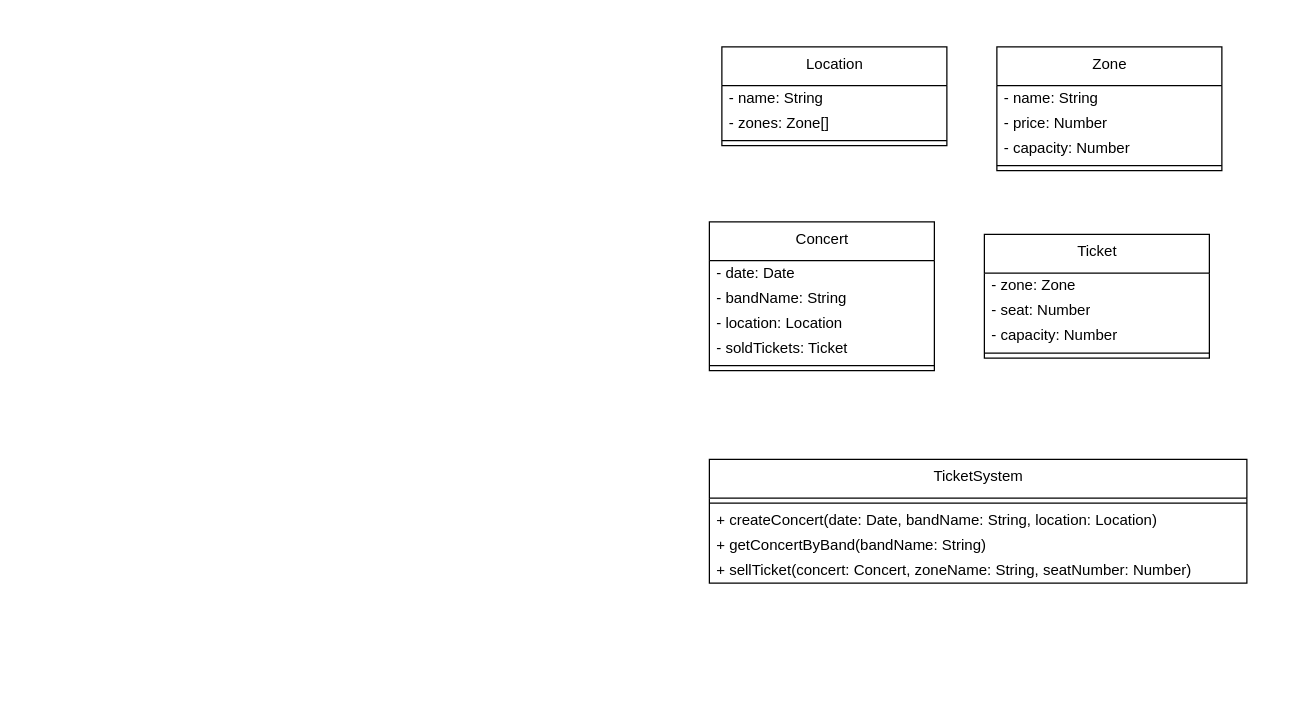
brscherer/poc-ticket-system-oop keeps this draw.io diagram as model.drawio. Above is the earlier version. Source tidied: cells renumbered, new cells numbered last; positions are measured from the earlier drawing's top-left corner, leaving out a move shared by most shapes. Both pictures are drawn from the tidied source at 125%, with x=0, y=0 at pixel (709, 46).
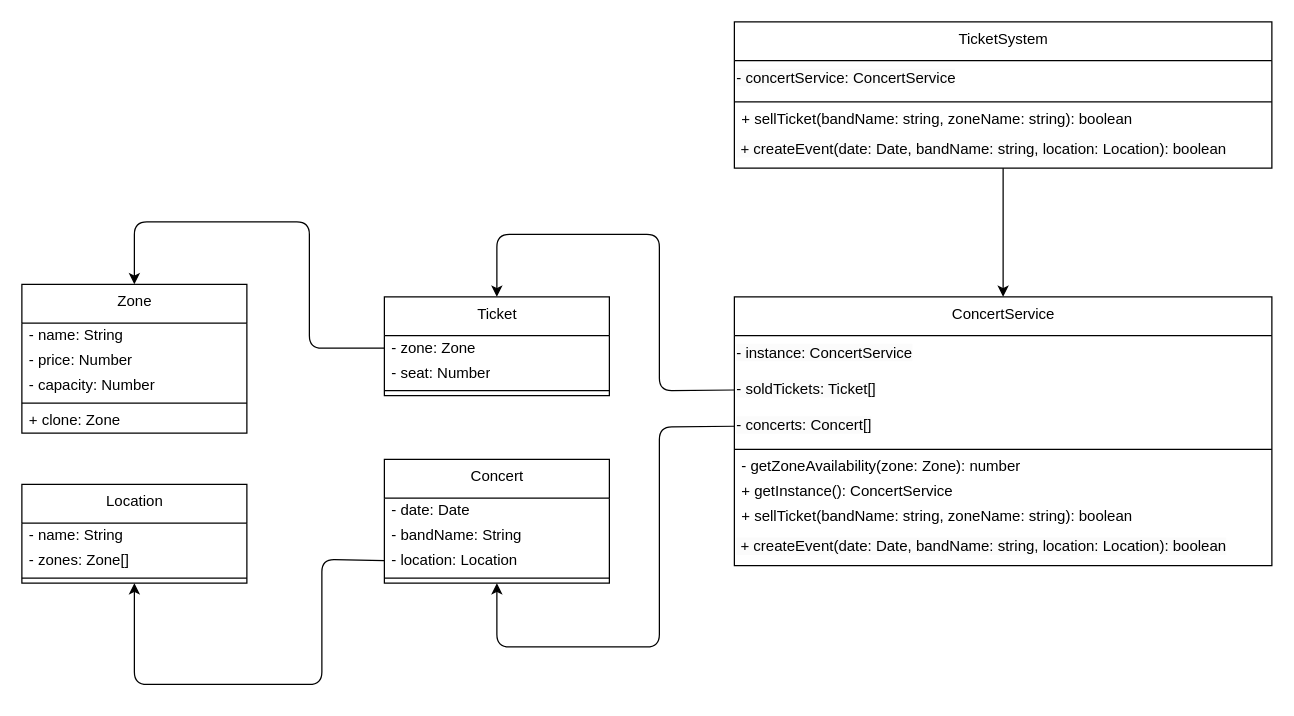
The same diagram, later.

Unchanged cells that the change refers to:
```xml
<mxCell id="9" value="- location: Location" style="text;html=1;strokeColor=none;fillColor=none;align=left;verticalAlign=middle;spacingLeft=4;spacingRight=4;overflow=hidden;points=[[0,0.5],[1,0.5]];portConstraint=eastwest;" parent="6" vertex="1">
  <mxGeometry y="71" width="180" height="20" as="geometry" />
</mxCell>
<mxCell id="23" value="- zone: Zone" style="text;html=1;strokeColor=none;fillColor=none;align=left;verticalAlign=middle;spacingLeft=4;spacingRight=4;overflow=hidden;points=[[0,0.5],[1,0.5]];portConstraint=eastwest;" parent="22" vertex="1">
  <mxGeometry y="31" width="180" height="20" as="geometry" />
</mxCell>
```

Change to the diagram source:
```diff
@@
     <mxCell id="2" value="Location" style="swimlane;fontStyle=0;align=center;verticalAlign=top;horizontal=1;startSize=31;html=1;" parent="1" vertex="1">
-      <mxGeometry x="10" width="180" height="79" as="geometry" />
+      <mxGeometry x="-550" y="350" width="180" height="79" as="geometry" />
     </mxCell>
@@
     <mxCell id="6" value="Concert" style="swimlane;fontStyle=0;align=center;verticalAlign=top;horizontal=1;startSize=31;html=1;" parent="1" vertex="1">
-      <mxGeometry y="140" width="180" height="119" as="geometry" />
+      <mxGeometry x="-260" y="330" width="180" height="99" as="geometry" />
     </mxCell>
@@
-    <mxCell id="10" value="- soldTickets: Ticket" style="text;html=1;strokeColor=none;fillColor=none;align=left;verticalAlign=middle;spacingLeft=4;spacingRight=4;overflow=hidden;" parent="6" vertex="1">
-      <mxGeometry y="91" width="180" height="20" as="geometry" />
-    </mxCell>
     <mxCell id="11" style="line;strokeWidth=1;fillColor=none;align=left;verticalAlign=middle;spacingTop=-1;spacingLeft=3;spacingRight=3;labelPosition=right;" parent="6" vertex="1">
-      <mxGeometry y="111" width="180" height="8" as="geometry" />
+      <mxGeometry y="91" width="180" height="8" as="geometry" />
     </mxCell>
     <mxCell id="12" value="Zone" style="swimlane;fontStyle=0;align=center;verticalAlign=top;horizontal=1;startSize=31;html=1;" parent="1" vertex="1">
-      <mxGeometry x="230" width="180" height="99" as="geometry" />
+      <mxGeometry x="-550" y="190" width="180" height="119" as="geometry" />
     </mxCell>
@@
+    <mxCell id="27" value="+ clone: Zone" style="text;html=1;strokeColor=none;fillColor=none;align=left;verticalAlign=middle;spacingLeft=4;spacingRight=4;overflow=hidden;" parent="12" vertex="1">
+      <mxGeometry y="99" width="180" height="20" as="geometry" />
+    </mxCell>
     <mxCell id="17" value="TicketSystem" style="swimlane;fontStyle=0;align=center;verticalAlign=top;horizontal=1;startSize=31;html=1;" parent="1" vertex="1">
-      <mxGeometry y="330" width="430" height="99" as="geometry" />
+      <mxGeometry x="20" y="-20" width="430" height="117" as="geometry" />
     </mxCell>
+    <mxCell id="28" value="&lt;span style=&quot;color: rgb(0, 0, 0); font-family: Helvetica; font-size: 12px; font-style: normal; font-variant-ligatures: normal; font-variant-caps: normal; font-weight: 400; letter-spacing: normal; orphans: 2; text-align: left; text-indent: 0px; text-transform: none; widows: 2; word-spacing: 0px; -webkit-text-stroke-width: 0px; background-color: rgb(251, 251, 251); text-decoration-thickness: initial; text-decoration-style: initial; text-decoration-color: initial; float: none; display: inline !important;&quot;&gt;- concertService: ConcertService&lt;br&gt;&lt;/span&gt;" style="text;whiteSpace=wrap;html=1;" parent="17" vertex="1">
+      <mxGeometry y="31" width="430" height="29" as="geometry" />
+    </mxCell>
     <mxCell id="18" style="line;strokeWidth=1;fillColor=none;align=left;verticalAlign=middle;spacingTop=-1;spacingLeft=3;spacingRight=3;labelPosition=right;" parent="17" vertex="1">
-      <mxGeometry y="31" width="430" height="8" as="geometry" />
+      <mxGeometry y="60" width="430" height="8" as="geometry" />
     </mxCell>
-    <mxCell id="19" value="+ createConcert(date: Date, bandName: String, location: Location)" style="text;html=1;strokeColor=none;fillColor=none;align=left;verticalAlign=middle;spacingLeft=4;spacingRight=4;overflow=hidden;" parent="17" vertex="1">
-      <mxGeometry y="39" width="430" height="20" as="geometry" />
-    </mxCell>
-    <mxCell id="20" value="+ getConcertByBand(bandName: String)" style="text;html=1;strokeColor=none;fillColor=none;align=left;verticalAlign=middle;spacingLeft=4;spacingRight=4;overflow=hidden;" parent="17" vertex="1">
-      <mxGeometry y="59" width="430" height="20" as="geometry" />
-    </mxCell>
-    <mxCell id="21" value="+ sellTicket(concert: Concert, zoneName: String, seatNumber: Number)" style="text;html=1;strokeColor=none;fillColor=none;align=left;verticalAlign=middle;spacingLeft=4;spacingRight=4;overflow=hidden;" parent="17" vertex="1">
-      <mxGeometry y="79" width="430" height="20" as="geometry" />
-    </mxCell>
+    <mxCell id="29" value="+ sellTicket(bandName: string, zoneName: string): boolean" style="text;html=1;strokeColor=none;fillColor=none;align=left;verticalAlign=middle;spacingLeft=4;spacingRight=4;overflow=hidden;" parent="17" vertex="1">
+      <mxGeometry y="68" width="430" height="20" as="geometry" />
+    </mxCell>
+    <mxCell id="30" value="&lt;span style=&quot;color: rgb(0, 0, 0); font-family: Helvetica; font-size: 12px; font-style: normal; font-variant-ligatures: normal; font-variant-caps: normal; font-weight: 400; letter-spacing: normal; orphans: 2; text-align: left; text-indent: 0px; text-transform: none; widows: 2; word-spacing: 0px; -webkit-text-stroke-width: 0px; background-color: rgb(251, 251, 251); text-decoration-thickness: initial; text-decoration-style: initial; text-decoration-color: initial; float: none; display: inline !important;&quot;&gt;&amp;nbsp;+ createEvent(date: Date, bandName: string, location: Location): boolean&lt;br&gt;&lt;/span&gt;" style="text;whiteSpace=wrap;html=1;" parent="17" vertex="1">
+      <mxGeometry y="88" width="430" height="29" as="geometry" />
+    </mxCell>
     <mxCell id="22" value="Ticket" style="swimlane;fontStyle=0;align=center;verticalAlign=top;horizontal=1;startSize=31;html=1;" parent="1" vertex="1">
-      <mxGeometry x="220" y="150" width="180" height="99" as="geometry" />
+      <mxGeometry x="-260" y="200" width="180" height="79" as="geometry" />
     </mxCell>
@@
-    <mxCell id="25" value="- capacity: Number" style="text;html=1;strokeColor=none;fillColor=none;align=left;verticalAlign=middle;spacingLeft=4;spacingRight=4;overflow=hidden;" parent="22" vertex="1">
-      <mxGeometry y="71" width="180" height="20" as="geometry" />
-    </mxCell>
     <mxCell id="26" style="line;strokeWidth=1;fillColor=none;align=left;verticalAlign=middle;spacingTop=-1;spacingLeft=3;spacingRight=3;labelPosition=right;" parent="22" vertex="1">
-      <mxGeometry y="91" width="180" height="8" as="geometry" />
+      <mxGeometry y="71" width="180" height="8" as="geometry" />
     </mxCell>
+    <mxCell id="31" value="ConcertService" style="swimlane;fontStyle=0;align=center;verticalAlign=top;horizontal=1;startSize=31;html=1;" parent="1" vertex="1">
+      <mxGeometry x="20" y="200" width="430" height="215" as="geometry" />
+    </mxCell>
+    <mxCell id="32" value="&lt;span style=&quot;color: rgb(0, 0, 0); font-family: Helvetica; font-size: 12px; font-style: normal; font-variant-ligatures: normal; font-variant-caps: normal; font-weight: 400; letter-spacing: normal; orphans: 2; text-align: left; text-indent: 0px; text-transform: none; widows: 2; word-spacing: 0px; -webkit-text-stroke-width: 0px; background-color: rgb(251, 251, 251); text-decoration-thickness: initial; text-decoration-style: initial; text-decoration-color: initial; float: none; display: inline !important;&quot;&gt;- instance: ConcertService&lt;br&gt;&lt;/span&gt;" style="text;whiteSpace=wrap;html=1;" parent="31" vertex="1">
+      <mxGeometry y="31" width="430" height="29" as="geometry" />
+    </mxCell>
+    <mxCell id="33" value="&lt;span style=&quot;color: rgb(0, 0, 0); font-family: Helvetica; font-size: 12px; font-style: normal; font-variant-ligatures: normal; font-variant-caps: normal; font-weight: 400; letter-spacing: normal; orphans: 2; text-align: left; text-indent: 0px; text-transform: none; widows: 2; word-spacing: 0px; -webkit-text-stroke-width: 0px; background-color: rgb(251, 251, 251); text-decoration-thickness: initial; text-decoration-style: initial; text-decoration-color: initial; float: none; display: inline !important;&quot;&gt;- soldTickets: Ticket[]&lt;br&gt;&lt;/span&gt;" style="text;whiteSpace=wrap;html=1;" parent="31" vertex="1">
+      <mxGeometry y="60" width="430" height="29" as="geometry" />
+    </mxCell>
+    <mxCell id="34" value="&lt;span style=&quot;color: rgb(0, 0, 0); font-family: Helvetica; font-size: 12px; font-style: normal; font-variant-ligatures: normal; font-variant-caps: normal; font-weight: 400; letter-spacing: normal; orphans: 2; text-align: left; text-indent: 0px; text-transform: none; widows: 2; word-spacing: 0px; -webkit-text-stroke-width: 0px; background-color: rgb(251, 251, 251); text-decoration-thickness: initial; text-decoration-style: initial; text-decoration-color: initial; float: none; display: inline !important;&quot;&gt;- concerts: Concert[]&lt;br&gt;&lt;/span&gt;" style="text;whiteSpace=wrap;html=1;" parent="31" vertex="1">
+      <mxGeometry y="89" width="430" height="29" as="geometry" />
+    </mxCell>
+    <mxCell id="35" style="line;strokeWidth=1;fillColor=none;align=left;verticalAlign=middle;spacingTop=-1;spacingLeft=3;spacingRight=3;labelPosition=right;" parent="31" vertex="1">
+      <mxGeometry y="118" width="430" height="8" as="geometry" />
+    </mxCell>
+    <mxCell id="36" value="- getZoneAvailability(zone: Zone): number" style="text;html=1;strokeColor=none;fillColor=none;align=left;verticalAlign=middle;spacingLeft=4;spacingRight=4;overflow=hidden;" parent="31" vertex="1">
+      <mxGeometry y="126" width="430" height="20" as="geometry" />
+    </mxCell>
+    <mxCell id="37" value="+ getInstance(): ConcertService" style="text;html=1;strokeColor=none;fillColor=none;align=left;verticalAlign=middle;spacingLeft=4;spacingRight=4;overflow=hidden;" parent="31" vertex="1">
+      <mxGeometry y="146" width="430" height="20" as="geometry" />
+    </mxCell>
+    <mxCell id="38" value="+ sellTicket(bandName: string, zoneName: string): boolean" style="text;html=1;strokeColor=none;fillColor=none;align=left;verticalAlign=middle;spacingLeft=4;spacingRight=4;overflow=hidden;" parent="31" vertex="1">
+      <mxGeometry y="166" width="430" height="20" as="geometry" />
+    </mxCell>
+    <mxCell id="39" value="&lt;span style=&quot;color: rgb(0, 0, 0); font-family: Helvetica; font-size: 12px; font-style: normal; font-variant-ligatures: normal; font-variant-caps: normal; font-weight: 400; letter-spacing: normal; orphans: 2; text-align: left; text-indent: 0px; text-transform: none; widows: 2; word-spacing: 0px; -webkit-text-stroke-width: 0px; background-color: rgb(251, 251, 251); text-decoration-thickness: initial; text-decoration-style: initial; text-decoration-color: initial; float: none; display: inline !important;&quot;&gt;&amp;nbsp;+ createEvent(date: Date, bandName: string, location: Location): boolean&lt;br&gt;&lt;/span&gt;" style="text;whiteSpace=wrap;html=1;" parent="31" vertex="1">
+      <mxGeometry y="186" width="430" height="29" as="geometry" />
+    </mxCell>
+    <mxCell id="40" style="edgeStyle=none;html=1;exitX=0.5;exitY=1;exitDx=0;exitDy=0;entryX=0.5;entryY=0;entryDx=0;entryDy=0;" parent="1" edge="1" source="30" target="31">
+      <mxGeometry relative="1" as="geometry" />
+    </mxCell>
+    <mxCell id="41" style="edgeStyle=none;html=1;exitX=0;exitY=0.5;exitDx=0;exitDy=0;entryX=0.5;entryY=0;entryDx=0;entryDy=0;" parent="1" edge="1" source="33" target="22">
+      <mxGeometry relative="1" as="geometry">
+        <Array as="points">
+          <mxPoint x="-40" y="275" />
+          <mxPoint x="-40" y="150" />
+          <mxPoint x="-170" y="150" />
+        </Array>
+      </mxGeometry>
+    </mxCell>
+    <mxCell id="42" style="edgeStyle=none;html=1;exitX=0;exitY=0.5;exitDx=0;exitDy=0;entryX=0.5;entryY=1;entryDx=0;entryDy=0;" parent="1" edge="1" source="34" target="6">
+      <mxGeometry relative="1" as="geometry">
+        <Array as="points">
+          <mxPoint x="-40" y="304" />
+          <mxPoint x="-40" y="480" />
+          <mxPoint x="-170" y="480" />
+        </Array>
+      </mxGeometry>
+    </mxCell>
+    <mxCell id="43" style="edgeStyle=none;html=1;exitX=0;exitY=0.5;exitDx=0;exitDy=0;entryX=0.5;entryY=1;entryDx=0;entryDy=0;" parent="1" edge="1" source="9" target="2">
+      <mxGeometry relative="1" as="geometry">
+        <Array as="points">
+          <mxPoint x="-310" y="410" />
+          <mxPoint x="-310" y="510" />
+          <mxPoint x="-460" y="510" />
+        </Array>
+      </mxGeometry>
+    </mxCell>
+    <mxCell id="44" style="edgeStyle=none;html=1;exitX=0;exitY=0.5;exitDx=0;exitDy=0;entryX=0.5;entryY=0;entryDx=0;entryDy=0;" parent="1" edge="1" source="23" target="12">
+      <mxGeometry relative="1" as="geometry">
+        <Array as="points">
+          <mxPoint x="-320" y="241" />
+          <mxPoint x="-320" y="140" />
+          <mxPoint x="-460" y="140" />
+        </Array>
+      </mxGeometry>
+    </mxCell>
```
